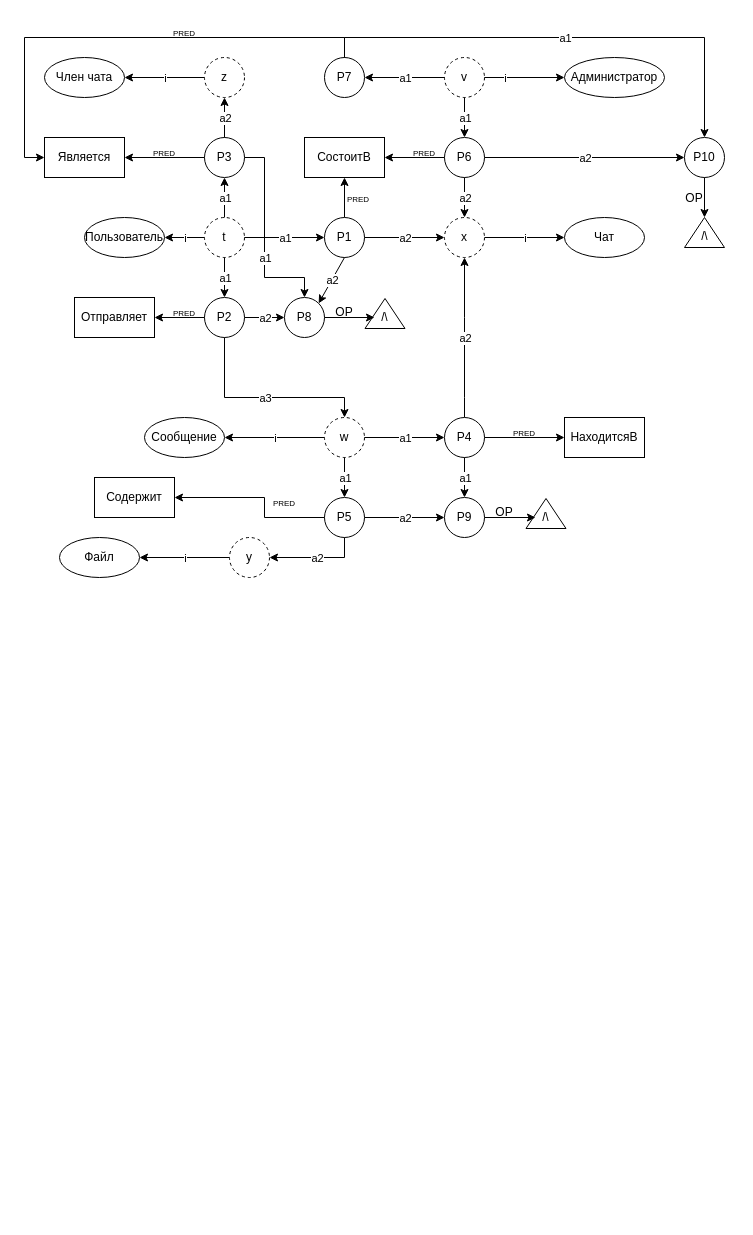
The draw.io diagram Сокращенная семантическая сеть.drawio in marsek4/database, before the edit. Source tidied: cells renumbered, new cells numbered last; positions are measured from the earlier drawing's top-left corner, leaving out a move shared by most shapes. Both pictures are drawn from the tidied source at 100%, with x=0, y=0 at pixel (24, 17).
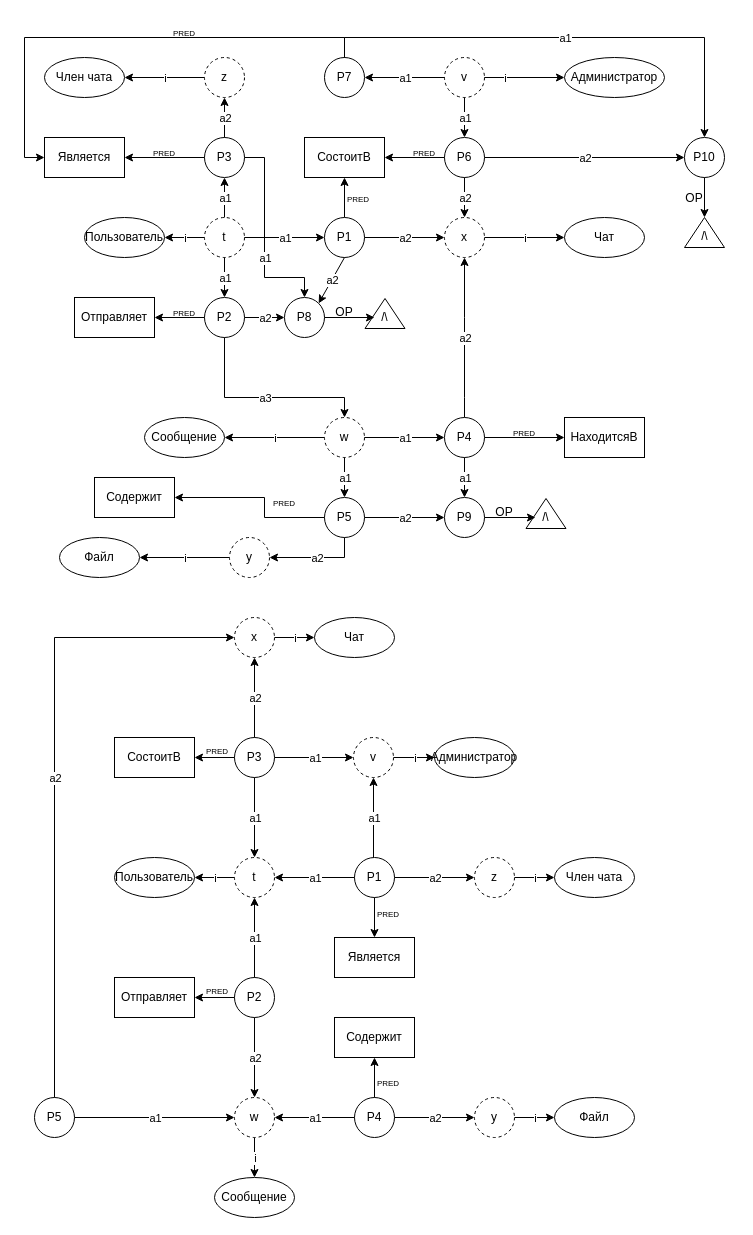
After the change.

Change to the diagram source:
```diff
@@
+    <mxCell id="116" value="Пользователь" style="ellipse;whiteSpace=wrap;html=1;" parent="1" vertex="1">
+      <mxGeometry x="90" y="840" width="80" height="40" as="geometry" />
+    </mxCell>
+    <mxCell id="117" style="endArrow=classic;html=1;rounded=0;entryX=1;entryY=0.5;entryDx=0;entryDy=0;exitX=0;exitY=0.5;exitDx=0;exitDy=0;" parent="1" edge="1" source="119" target="116">
+      <mxGeometry relative="1" as="geometry" />
+    </mxCell>
+    <mxCell id="118" value="i" style="edgeLabel;html=1;align=center;verticalAlign=middle;" parent="117" vertex="1">
+      <mxGeometry relative="1" as="geometry" />
+    </mxCell>
+    <mxCell id="119" value="t" style="ellipse;whiteSpace=wrap;html=1;align=center;dashed=1;" parent="1" vertex="1">
+      <mxGeometry x="210" y="840" width="40" height="40" as="geometry" />
+    </mxCell>
+    <mxCell id="120" value="P1" style="ellipse;whiteSpace=wrap;html=1;" parent="1" vertex="1">
+      <mxGeometry x="330" y="840" width="40" height="40" as="geometry" />
+    </mxCell>
+    <mxCell id="121" value="Является" style="rounded=0;whiteSpace=wrap;html=1;" parent="1" vertex="1">
+      <mxGeometry x="310" y="920" width="80" height="40" as="geometry" />
+    </mxCell>
+    <mxCell id="122" style="endArrow=classic;html=1;rounded=0;" parent="1" edge="1">
+      <mxGeometry relative="1" as="geometry">
+        <mxPoint x="350" y="880" as="sourcePoint" />
+        <mxPoint x="350" y="920" as="targetPoint" />
+      </mxGeometry>
+    </mxCell>
+    <mxCell id="123" value="&lt;font style=&quot;font-size: 8px;&quot;&gt;PRED&lt;/font&gt;" style="text;html=1;align=center;verticalAlign=middle;whiteSpace=wrap;rounded=0;" parent="1" vertex="1">
+      <mxGeometry x="334" y="881" width="60" height="30" as="geometry" />
+    </mxCell>
+    <mxCell id="124" value="Член чата" style="ellipse;whiteSpace=wrap;html=1;" parent="1" vertex="1">
+      <mxGeometry x="530" y="840" width="80" height="40" as="geometry" />
+    </mxCell>
+    <mxCell id="125" style="endArrow=classic;html=1;rounded=0;exitX=1;exitY=0.5;exitDx=0;exitDy=0;entryX=0;entryY=0.5;entryDx=0;entryDy=0;" parent="1" edge="1" source="127" target="124">
+      <mxGeometry relative="1" as="geometry" />
+    </mxCell>
+    <mxCell id="126" value="i" style="edgeLabel;html=1;align=center;verticalAlign=middle;" parent="125" vertex="1">
+      <mxGeometry relative="1" as="geometry" />
+    </mxCell>
+    <mxCell id="127" value="z" style="ellipse;whiteSpace=wrap;html=1;align=center;dashed=1;" parent="1" vertex="1">
+      <mxGeometry x="450" y="840" width="40" height="40" as="geometry" />
+    </mxCell>
+    <mxCell id="128" style="endArrow=classic;html=1;rounded=0;entryX=1;entryY=0.5;entryDx=0;entryDy=0;exitX=0;exitY=0.5;exitDx=0;exitDy=0;" parent="1" edge="1" source="120" target="119">
+      <mxGeometry relative="1" as="geometry" />
+    </mxCell>
+    <mxCell id="129" value="a1" style="edgeLabel;html=1;align=center;verticalAlign=middle;" parent="128" vertex="1">
+      <mxGeometry relative="1" as="geometry" />
+    </mxCell>
+    <mxCell id="130" style="endArrow=classic;html=1;rounded=0;entryX=0;entryY=0.5;entryDx=0;entryDy=0;exitX=1;exitY=0.5;exitDx=0;exitDy=0;" parent="1" edge="1" source="120" target="127">
+      <mxGeometry relative="1" as="geometry" />
+    </mxCell>
+    <mxCell id="131" value="a2" style="edgeLabel;html=1;align=center;verticalAlign=middle;" parent="130" vertex="1">
+      <mxGeometry relative="1" as="geometry" />
+    </mxCell>
+    <mxCell id="132" value="P2" style="ellipse;whiteSpace=wrap;html=1;" parent="1" vertex="1">
+      <mxGeometry x="210" y="960" width="40" height="40" as="geometry" />
+    </mxCell>
+    <mxCell id="133" style="endArrow=classic;html=1;rounded=0;exitX=0;exitY=0.5;exitDx=0;exitDy=0;entryX=1;entryY=0.5;entryDx=0;entryDy=0;" parent="1" edge="1" source="132" target="135">
+      <mxGeometry relative="1" as="geometry" />
+    </mxCell>
+    <mxCell id="134" value="&lt;font style=&quot;font-size: 8px;&quot;&gt;PRED&lt;/font&gt;" style="text;html=1;align=center;verticalAlign=middle;whiteSpace=wrap;rounded=0;" parent="1" vertex="1">
+      <mxGeometry x="163" y="958" width="60" height="30" as="geometry" />
+    </mxCell>
+    <mxCell id="135" value="Отправляет" style="rounded=0;whiteSpace=wrap;html=1;" parent="1" vertex="1">
+      <mxGeometry x="90" y="960" width="80" height="40" as="geometry" />
+    </mxCell>
+    <mxCell id="136" style="endArrow=classic;html=1;rounded=0;entryX=0.5;entryY=1;entryDx=0;entryDy=0;exitX=0.5;exitY=0;exitDx=0;exitDy=0;" parent="1" edge="1" source="132" target="119">
+      <mxGeometry relative="1" as="geometry" />
+    </mxCell>
+    <mxCell id="137" value="a1" style="edgeLabel;html=1;align=center;verticalAlign=middle;" parent="136" vertex="1">
+      <mxGeometry relative="1" as="geometry" />
+    </mxCell>
+    <mxCell id="138" value="Сообщение" style="ellipse;whiteSpace=wrap;html=1;" parent="1" vertex="1">
+      <mxGeometry x="190" y="1160" width="80" height="40" as="geometry" />
+    </mxCell>
+    <mxCell id="139" style="endArrow=classic;html=1;rounded=0;entryX=0.5;entryY=0;entryDx=0;entryDy=0;exitX=0.5;exitY=1;exitDx=0;exitDy=0;" parent="1" edge="1" source="141" target="138">
+      <mxGeometry relative="1" as="geometry" />
+    </mxCell>
+    <mxCell id="140" value="i" style="edgeLabel;html=1;align=center;verticalAlign=middle;" parent="139" vertex="1">
+      <mxGeometry relative="1" as="geometry" />
+    </mxCell>
+    <mxCell id="141" value="w" style="ellipse;whiteSpace=wrap;html=1;align=center;dashed=1;" parent="1" vertex="1">
+      <mxGeometry x="210" y="1080" width="40" height="40" as="geometry" />
+    </mxCell>
+    <mxCell id="142" style="endArrow=classic;html=1;rounded=0;entryX=0.5;entryY=0;entryDx=0;entryDy=0;exitX=0.5;exitY=1;exitDx=0;exitDy=0;" parent="1" edge="1" source="132" target="141">
+      <mxGeometry relative="1" as="geometry" />
+    </mxCell>
+    <mxCell id="143" value="a2" style="edgeLabel;html=1;align=center;verticalAlign=middle;" parent="142" vertex="1">
+      <mxGeometry relative="1" as="geometry" />
+    </mxCell>
+    <mxCell id="144" value="Администратор" style="ellipse;whiteSpace=wrap;html=1;" parent="1" vertex="1">
+      <mxGeometry x="410" y="720" width="80" height="40" as="geometry" />
+    </mxCell>
+    <mxCell id="145" style="endArrow=classic;html=1;rounded=0;exitX=1;exitY=0.5;exitDx=0;exitDy=0;" parent="1" edge="1" source="147">
+      <mxGeometry relative="1" as="geometry">
+        <mxPoint x="410" y="740" as="targetPoint" />
+      </mxGeometry>
+    </mxCell>
+    <mxCell id="146" value="i" style="edgeLabel;html=1;align=center;verticalAlign=middle;" parent="145" vertex="1">
+      <mxGeometry relative="1" as="geometry" />
+    </mxCell>
+    <mxCell id="147" value="v" style="ellipse;whiteSpace=wrap;html=1;align=center;dashed=1;" parent="1" vertex="1">
+      <mxGeometry x="329" y="720" width="40" height="40" as="geometry" />
+    </mxCell>
+    <mxCell id="148" style="endArrow=classic;html=1;rounded=0;entryX=0.5;entryY=1;entryDx=0;entryDy=0;" parent="1" edge="1" target="147">
+      <mxGeometry relative="1" as="geometry">
+        <mxPoint x="349" y="840" as="sourcePoint" />
+      </mxGeometry>
+    </mxCell>
+    <mxCell id="149" value="a1" style="edgeLabel;html=1;align=center;verticalAlign=middle;" parent="148" vertex="1">
+      <mxGeometry relative="1" as="geometry" />
+    </mxCell>
+    <mxCell id="150" value="СостоитВ" style="rounded=0;whiteSpace=wrap;html=1;" parent="1" vertex="1">
+      <mxGeometry x="90" y="720" width="80" height="40" as="geometry" />
+    </mxCell>
+    <mxCell id="151" value="P3" style="ellipse;whiteSpace=wrap;html=1;" parent="1" vertex="1">
+      <mxGeometry x="210" y="720" width="40" height="40" as="geometry" />
+    </mxCell>
+    <mxCell id="152" style="endArrow=classic;html=1;rounded=0;exitX=0;exitY=0.5;exitDx=0;exitDy=0;entryX=1;entryY=0.5;entryDx=0;entryDy=0;" parent="1" edge="1" source="151" target="150">
+      <mxGeometry relative="1" as="geometry" />
+    </mxCell>
+    <mxCell id="153" value="&lt;font style=&quot;font-size: 8px;&quot;&gt;PRED&lt;/font&gt;" style="text;html=1;align=center;verticalAlign=middle;whiteSpace=wrap;rounded=0;" parent="1" vertex="1">
+      <mxGeometry x="163" y="718" width="60" height="30" as="geometry" />
+    </mxCell>
+    <mxCell id="154" value="Чат" style="ellipse;whiteSpace=wrap;html=1;" parent="1" vertex="1">
+      <mxGeometry x="290" y="600" width="80" height="40" as="geometry" />
+    </mxCell>
+    <mxCell id="155" style="endArrow=classic;html=1;rounded=0;exitX=1;exitY=0.5;exitDx=0;exitDy=0;entryX=0;entryY=0.5;entryDx=0;entryDy=0;" parent="1" edge="1" source="157" target="154">
+      <mxGeometry relative="1" as="geometry" />
+    </mxCell>
+    <mxCell id="156" value="i" style="edgeLabel;html=1;align=center;verticalAlign=middle;" parent="155" vertex="1">
+      <mxGeometry relative="1" as="geometry" />
+    </mxCell>
+    <mxCell id="157" value="x" style="ellipse;whiteSpace=wrap;html=1;align=center;dashed=1;" parent="1" vertex="1">
+      <mxGeometry x="210" y="600" width="40" height="40" as="geometry" />
+    </mxCell>
+    <mxCell id="158" style="endArrow=classic;html=1;rounded=0;entryX=0.5;entryY=0;entryDx=0;entryDy=0;exitX=0.5;exitY=1;exitDx=0;exitDy=0;" parent="1" edge="1" source="151" target="119">
+      <mxGeometry relative="1" as="geometry" />
+    </mxCell>
+    <mxCell id="159" value="a1" style="edgeLabel;html=1;align=center;verticalAlign=middle;" parent="158" vertex="1">
+      <mxGeometry relative="1" as="geometry" />
+    </mxCell>
+    <mxCell id="160" style="endArrow=classic;html=1;rounded=0;entryX=0.5;entryY=1;entryDx=0;entryDy=0;exitX=0.5;exitY=0;exitDx=0;exitDy=0;" parent="1" edge="1" source="151" target="157">
+      <mxGeometry relative="1" as="geometry" />
+    </mxCell>
+    <mxCell id="161" value="a2" style="edgeLabel;html=1;align=center;verticalAlign=middle;" parent="160" vertex="1">
+      <mxGeometry relative="1" as="geometry" />
+    </mxCell>
+    <mxCell id="162" style="endArrow=classic;html=1;rounded=0;entryX=0;entryY=0.5;entryDx=0;entryDy=0;exitX=1;exitY=0.5;exitDx=0;exitDy=0;" parent="1" edge="1" source="151" target="147">
+      <mxGeometry relative="1" as="geometry" />
+    </mxCell>
+    <mxCell id="163" value="a1" style="edgeLabel;html=1;align=center;verticalAlign=middle;" parent="162" vertex="1">
+      <mxGeometry relative="1" as="geometry" />
+    </mxCell>
+    <mxCell id="164" value="Содержит" style="rounded=0;whiteSpace=wrap;html=1;" parent="1" vertex="1">
+      <mxGeometry x="310" y="1000" width="80" height="40" as="geometry" />
+    </mxCell>
+    <mxCell id="165" value="P4" style="ellipse;whiteSpace=wrap;html=1;" parent="1" vertex="1">
+      <mxGeometry x="330" y="1080" width="40" height="40" as="geometry" />
+    </mxCell>
+    <mxCell id="166" value="Файл" style="ellipse;whiteSpace=wrap;html=1;" parent="1" vertex="1">
+      <mxGeometry x="530" y="1080" width="80" height="40" as="geometry" />
+    </mxCell>
+    <mxCell id="167" style="endArrow=classic;html=1;rounded=0;exitX=1;exitY=0.5;exitDx=0;exitDy=0;" parent="1" edge="1" source="169">
+      <mxGeometry relative="1" as="geometry">
+        <mxPoint x="530" y="1100" as="targetPoint" />
+      </mxGeometry>
+    </mxCell>
+    <mxCell id="168" value="i" style="edgeLabel;html=1;align=center;verticalAlign=middle;" parent="167" vertex="1">
+      <mxGeometry relative="1" as="geometry" />
+    </mxCell>
+    <mxCell id="169" value="y" style="ellipse;whiteSpace=wrap;html=1;align=center;dashed=1;" parent="1" vertex="1">
+      <mxGeometry x="450" y="1080" width="40" height="40" as="geometry" />
+    </mxCell>
+    <mxCell id="170" style="endArrow=classic;html=1;rounded=0;entryX=1;entryY=0.5;entryDx=0;entryDy=0;exitX=0;exitY=0.5;exitDx=0;exitDy=0;" parent="1" edge="1" source="165" target="141">
+      <mxGeometry relative="1" as="geometry" />
+    </mxCell>
+    <mxCell id="171" value="a1" style="edgeLabel;html=1;align=center;verticalAlign=middle;" parent="170" vertex="1">
+      <mxGeometry relative="1" as="geometry" />
+    </mxCell>
+    <mxCell id="172" style="endArrow=classic;html=1;rounded=0;entryX=0;entryY=0.5;entryDx=0;entryDy=0;exitX=1;exitY=0.5;exitDx=0;exitDy=0;" parent="1" edge="1" source="165" target="169">
+      <mxGeometry relative="1" as="geometry" />
+    </mxCell>
+    <mxCell id="173" value="a2" style="edgeLabel;html=1;align=center;verticalAlign=middle;" parent="172" vertex="1">
+      <mxGeometry relative="1" as="geometry" />
+    </mxCell>
+    <mxCell id="174" style="endArrow=classic;html=1;rounded=0;exitX=0.5;exitY=0;exitDx=0;exitDy=0;entryX=0.5;entryY=1;entryDx=0;entryDy=0;" parent="1" edge="1" source="165" target="164">
+      <mxGeometry relative="1" as="geometry" />
+    </mxCell>
+    <mxCell id="175" value="&lt;font style=&quot;font-size: 8px;&quot;&gt;PRED&lt;/font&gt;" style="text;html=1;align=center;verticalAlign=middle;whiteSpace=wrap;rounded=0;" parent="1" vertex="1">
+      <mxGeometry x="334" y="1050" width="60" height="30" as="geometry" />
+    </mxCell>
+    <mxCell id="176" value="P5" style="ellipse;whiteSpace=wrap;html=1;" parent="1" vertex="1">
+      <mxGeometry x="10" y="1080" width="40" height="40" as="geometry" />
+    </mxCell>
+    <mxCell id="177" style="endArrow=classic;html=1;rounded=0;entryX=0;entryY=0.5;entryDx=0;entryDy=0;exitX=1;exitY=0.5;exitDx=0;exitDy=0;" parent="1" edge="1" source="176" target="141">
+      <mxGeometry relative="1" as="geometry" />
+    </mxCell>
+    <mxCell id="178" value="a1" style="edgeLabel;html=1;align=center;verticalAlign=middle;" parent="177" vertex="1">
+      <mxGeometry relative="1" as="geometry" />
+    </mxCell>
+    <mxCell id="179" style="endArrow=classic;html=1;rounded=0;exitX=0.5;exitY=0;exitDx=0;exitDy=0;entryX=0;entryY=0.5;entryDx=0;entryDy=0;" parent="1" edge="1" source="176" target="157">
+      <mxGeometry relative="1" as="geometry">
+        <Array as="points">
+          <mxPoint x="30" y="620" />
+        </Array>
+      </mxGeometry>
+    </mxCell>
+    <mxCell id="180" value="a2" style="edgeLabel;html=1;align=center;verticalAlign=middle;" parent="179" vertex="1">
+      <mxGeometry relative="1" as="geometry" />
+    </mxCell>
```
